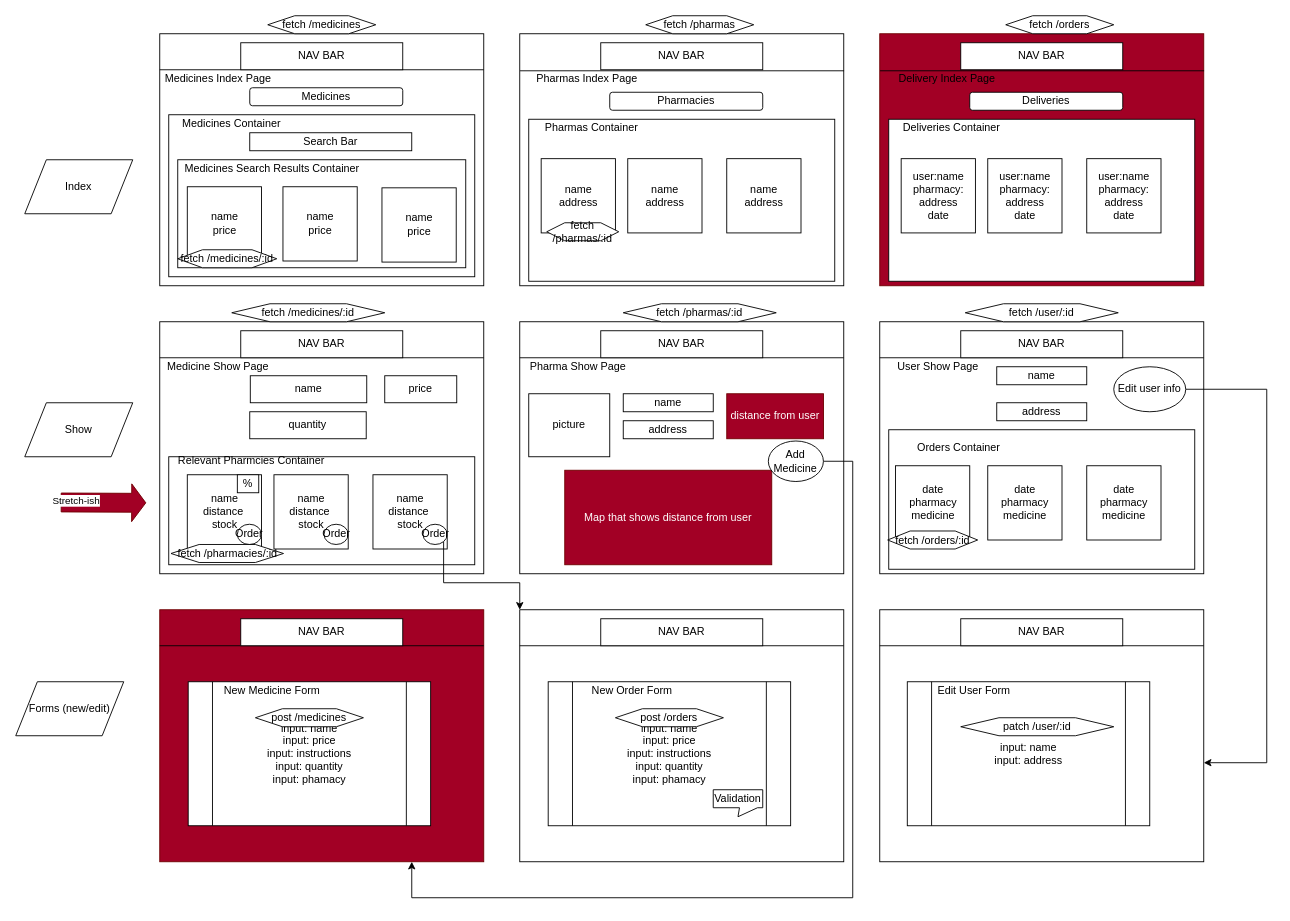
Earlier version of the draw.io diagram wireframe.drawio (gbenga/mod5-project). Source tidied: cells renumbered, new cells numbered last; positions are measured from the earlier drawing's top-left corner, leaving out a move shared by most shapes. Both pictures are drawn from the tidied source at 90%, with x=0, y=0 at pixel (15, 15).
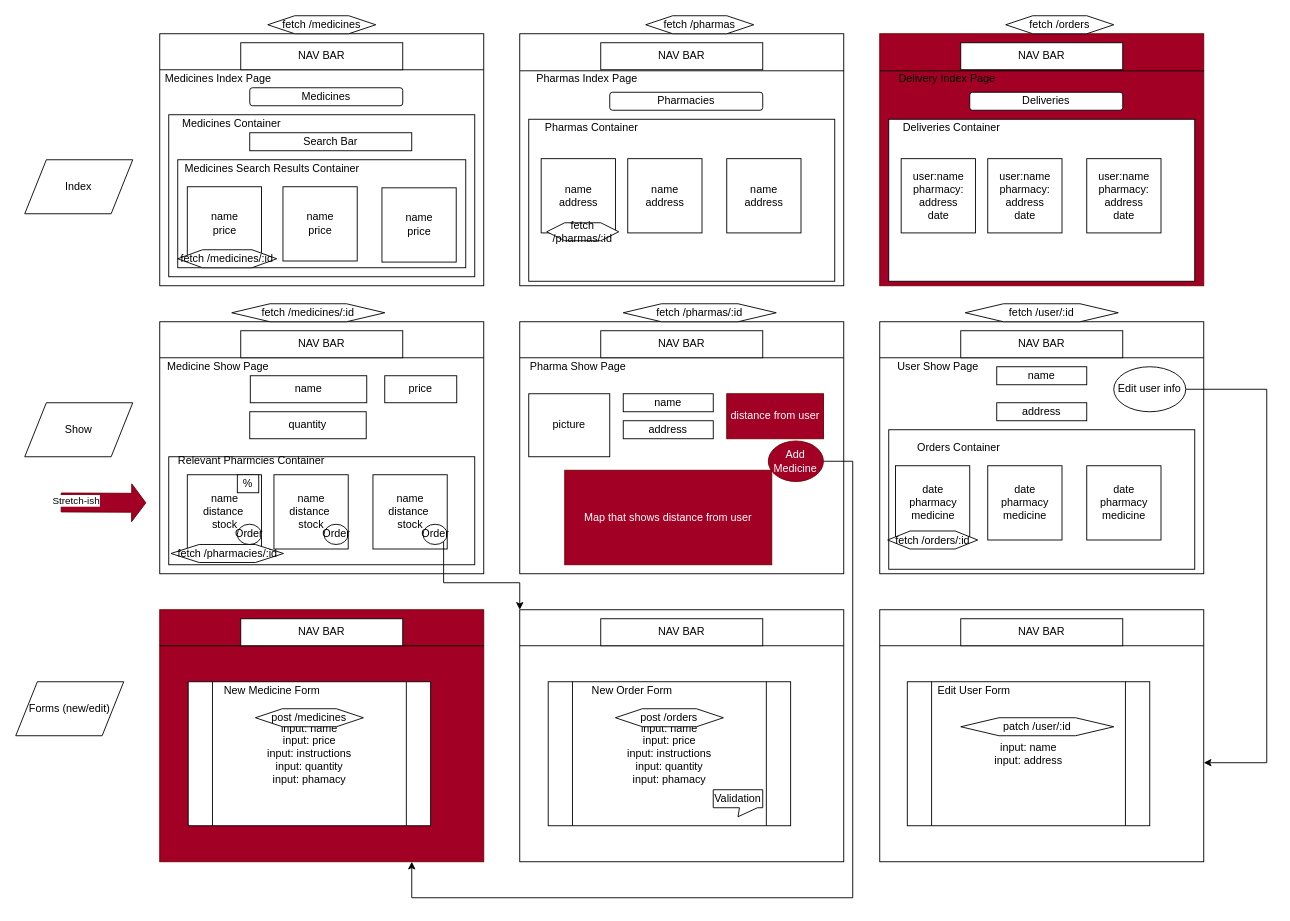
Above is the later version.

Commit message (it also covers changes not shown here):
Create RelevantPharmasContainer in the medicine show page

Diff of the diagram source:
```diff
@@
-    <mxCell id="92" value="Add Medicine" style="ellipse;whiteSpace=wrap;html=1;" parent="1" vertex="1">
+    <mxCell id="92" value="Add Medicine" style="ellipse;whiteSpace=wrap;html=1;fillColor=#a20025;strokeColor=#6F0000;fontColor=#ffffff;" parent="1" vertex="1">
       <mxGeometry x="836.2" y="472.5" width="61.2" height="45" as="geometry" />
     </mxCell>
```
